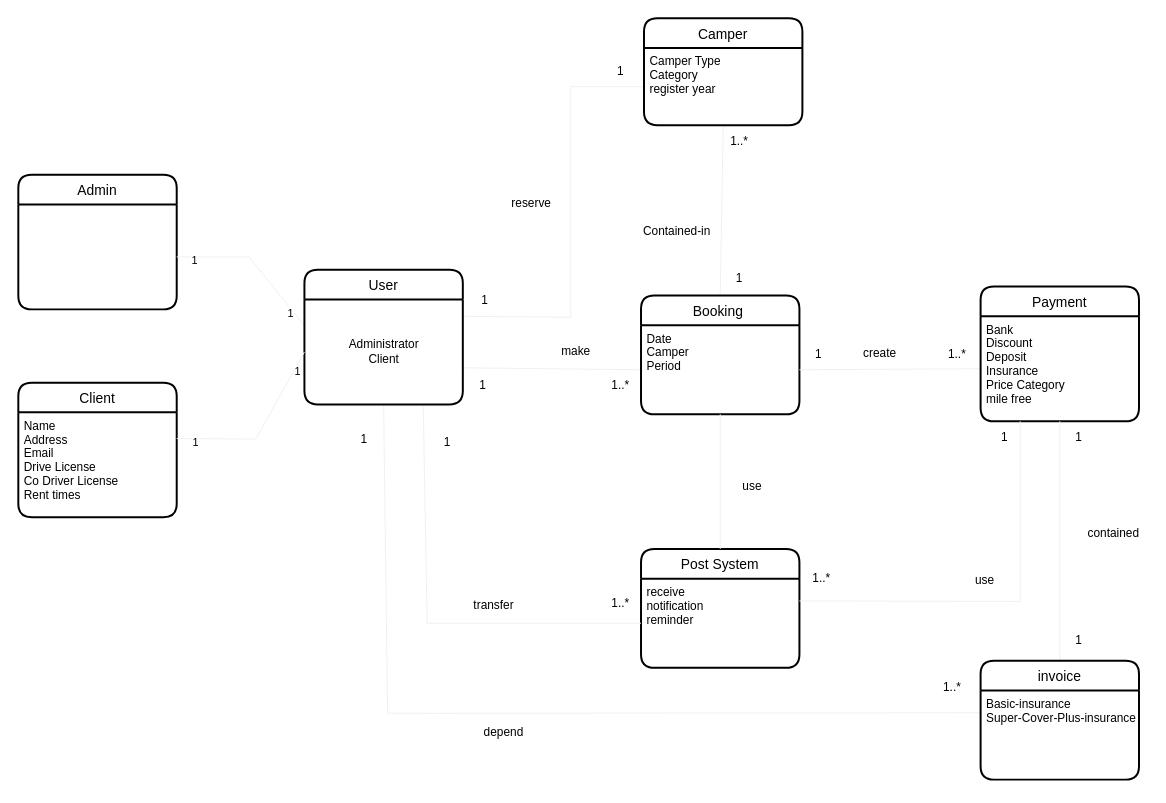
Above: Document/Diagram/DomainModel.drawio in Fei-D20/The_Autocamper_rental_business (draw.io), before the change. Source tidied: cells renumbered, new cells numbered last; positions are measured from the earlier drawing's top-left corner, leaving out a move shared by most shapes. Both pictures are drawn from the tidied source at 99%, with x=0, y=0 at pixel (18, 18).
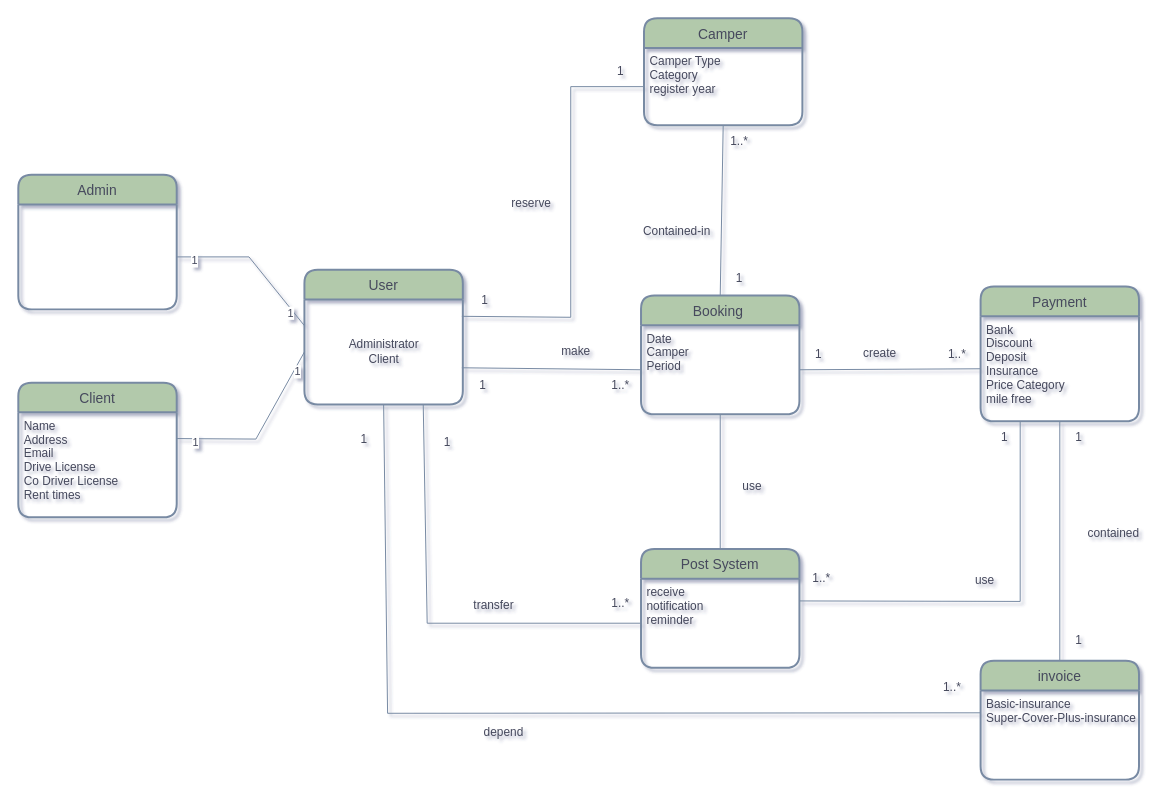
After the change.

Change to the diagram source:
```diff
@@
-<mxGraphModel>
+<mxGraphModel shadow="1">
@@
-    <mxCell id="2" value="reserve" style="text;html=1;align=center;verticalAlign=middle;" parent="1" vertex="1">
+    <mxCell id="2" value="reserve" style="text;html=1;align=center;verticalAlign=middle;fontColor=#46495D;" parent="1" vertex="1">
       <mxGeometry x="493" y="178" width="50" height="18" as="geometry" />
     </mxCell>
-    <mxCell id="3" style="endArrow=none;html=1;rounded=0;strokeColor=#f0f0f0;exitX=0.5;exitY=1;exitDx=0;exitDy=0;entryX=0.5;entryY=0;entryDx=0;entryDy=0;" parent="1" edge="1" source="45" target="9">
+    <mxCell id="3" style="endArrow=none;html=1;rounded=0;strokeColor=#788AA3;exitX=0.5;exitY=1;exitDx=0;exitDy=0;entryX=0.5;entryY=0;entryDx=0;entryDy=0;fontColor=#46495D;" parent="1" edge="1" source="45" target="9">
       <mxGeometry relative="1" as="geometry" />
     </mxCell>
-    <mxCell id="4" value="1..*" style="text;html=1;align=center;verticalAlign=middle;" parent="1" vertex="1">
+    <mxCell id="4" value="1..*" style="text;html=1;align=center;verticalAlign=middle;fontColor=#46495D;" parent="1" vertex="1">
       <mxGeometry x="714" y="115" width="28" height="18" as="geometry" />
     </mxCell>
-    <mxCell id="5" style="endArrow=none;html=1;rounded=0;strokeColor=#f0f0f0;entryX=0.994;entryY=0.16;entryDx=0;entryDy=0;exitX=0;exitY=0.5;exitDx=0;exitDy=0;entryPerimeter=0;" parent="1" edge="1" source="45">
+    <mxCell id="5" style="endArrow=none;html=1;rounded=0;strokeColor=#788AA3;entryX=0.994;entryY=0.16;entryDx=0;entryDy=0;exitX=0;exitY=0.5;exitDx=0;exitDy=0;entryPerimeter=0;fontColor=#46495D;" parent="1" edge="1" source="45">
       <mxGeometry relative="1" as="geometry">
         <mxPoint x="448" y="301" as="targetPoint" />
         <Array as="points">
           <mxPoint x="558" y="69" />
           <mxPoint x="558" y="302" />
         </Array>
       </mxGeometry>
     </mxCell>
-    <mxCell id="6" value="1" style="text;html=1;align=center;verticalAlign=middle;" parent="1" vertex="1">
+    <mxCell id="6" value="1" style="text;html=1;align=center;verticalAlign=middle;fontColor=#46495D;" parent="1" vertex="1">
       <mxGeometry x="719.5" y="254" width="17" height="18" as="geometry" />
     </mxCell>
-    <mxCell id="7" value="Contained-in" style="text;html=1;align=center;verticalAlign=middle;" parent="1" vertex="1">
+    <mxCell id="7" value="Contained-in" style="text;html=1;align=center;verticalAlign=middle;fontColor=#46495D;" parent="1" vertex="1">
       <mxGeometry x="625.5" y="206" width="78" height="18" as="geometry" />
     </mxCell>
-    <mxCell id="8" style="endArrow=none;html=1;rounded=0;strokeColor=#f0f0f0;entryX=0;entryY=0.5;entryDx=0;entryDy=0;exitX=0.994;exitY=0.651;exitDx=0;exitDy=0;exitPerimeter=0;" parent="1" edge="1" target="10">
+    <mxCell id="8" style="endArrow=none;html=1;rounded=0;strokeColor=#788AA3;entryX=0;entryY=0.5;entryDx=0;entryDy=0;exitX=0.994;exitY=0.651;exitDx=0;exitDy=0;exitPerimeter=0;fontColor=#46495D;" parent="1" edge="1" target="10">
       <mxGeometry relative="1" as="geometry">
         <mxPoint x="448" y="353" as="sourcePoint" />
       </mxGeometry>
     </mxCell>
-    <mxCell id="9" value="Booking " style="swimlane;horizontal=1;startSize=30;rounded=1;fontSize=14;fontStyle=0;strokeWidth=2;shadow=0;dashed=0;align=center;" parent="1" vertex="1">
+    <mxCell id="9" value="Booking " style="swimlane;horizontal=1;startSize=30;rounded=1;fontSize=14;fontStyle=0;strokeWidth=2;shadow=0;dashed=0;align=center;fillColor=#B2C9AB;strokeColor=#788AA3;fontColor=#46495D;" parent="1" vertex="1">
       <mxGeometry x="629" y="280" width="160" height="120" as="geometry" />
     </mxCell>
-    <mxCell id="10" value="Date &#10;Camper&#10;Period" style="align=left;strokeColor=none;fillColor=none;spacingLeft=4;fontSize=12;verticalAlign=top;" parent="9" vertex="1">
+    <mxCell id="10" value="Date &#10;Camper&#10;Period" style="align=left;strokeColor=none;fillColor=none;spacingLeft=4;fontSize=12;verticalAlign=top;fontColor=#46495D;" parent="9" vertex="1">
       <mxGeometry y="30" width="160" height="90" as="geometry" />
     </mxCell>
-    <mxCell id="11" value="1..*" style="text;html=1;align=center;verticalAlign=middle;" parent="1" vertex="1">
+    <mxCell id="11" value="1..*" style="text;html=1;align=center;verticalAlign=middle;fontColor=#46495D;" parent="1" vertex="1">
       <mxGeometry x="594" y="362" width="28" height="18" as="geometry" />
     </mxCell>
-    <mxCell id="12" value="1" style="text;html=1;align=center;verticalAlign=middle;" parent="1" vertex="1">
+    <mxCell id="12" value="1" style="text;html=1;align=center;verticalAlign=middle;fontColor=#46495D;" parent="1" vertex="1">
       <mxGeometry x="460" y="362" width="17" height="18" as="geometry" />
     </mxCell>
-    <mxCell id="13" value="make" style="text;html=1;align=center;verticalAlign=middle;" parent="1" vertex="1">
+    <mxCell id="13" value="make" style="text;html=1;align=center;verticalAlign=middle;fontColor=#46495D;" parent="1" vertex="1">
       <mxGeometry x="543" y="328" width="39" height="18" as="geometry" />
     </mxCell>
-    <mxCell id="14" style="endArrow=none;html=1;rounded=0;strokeColor=#f0f0f0;exitX=1;exitY=0.5;exitDx=0;exitDy=0;entryX=0;entryY=0.5;entryDx=0;entryDy=0;" parent="1" edge="1" source="10" target="21">
+    <mxCell id="14" style="endArrow=none;html=1;rounded=0;strokeColor=#788AA3;exitX=1;exitY=0.5;exitDx=0;exitDy=0;entryX=0;entryY=0.5;entryDx=0;entryDy=0;fontColor=#46495D;" parent="1" edge="1" source="10" target="21">
       <mxGeometry relative="1" as="geometry" />
     </mxCell>
-    <mxCell id="15" value="1" style="text;html=1;align=center;verticalAlign=middle;" parent="1" vertex="1">
+    <mxCell id="15" value="1" style="text;html=1;align=center;verticalAlign=middle;fontColor=#46495D;" parent="1" vertex="1">
       <mxGeometry x="462" y="276" width="17" height="18" as="geometry" />
     </mxCell>
-    <mxCell id="16" value="1" style="text;html=1;align=center;verticalAlign=middle;" parent="1" vertex="1">
+    <mxCell id="16" value="1" style="text;html=1;align=center;verticalAlign=middle;fontColor=#46495D;" parent="1" vertex="1">
       <mxGeometry x="599.5" y="45" width="17" height="18" as="geometry" />
     </mxCell>
-    <mxCell id="17" value="1" style="text;html=1;align=center;verticalAlign=middle;" parent="1" vertex="1">
+    <mxCell id="17" value="1" style="text;html=1;align=center;verticalAlign=middle;fontColor=#46495D;" parent="1" vertex="1">
       <mxGeometry x="799" y="331" width="17" height="18" as="geometry" />
     </mxCell>
-    <mxCell id="18" value="1..*" style="text;html=1;align=center;verticalAlign=middle;" parent="1" vertex="1">
+    <mxCell id="18" value="1..*" style="text;html=1;align=center;verticalAlign=middle;fontColor=#46495D;" parent="1" vertex="1">
       <mxGeometry x="934" y="331" width="28" height="18" as="geometry" />
     </mxCell>
-    <mxCell id="19" value="create" style="text;html=1;align=center;verticalAlign=middle;" parent="1" vertex="1">
+    <mxCell id="19" value="create" style="text;html=1;align=center;verticalAlign=middle;fontColor=#46495D;" parent="1" vertex="1">
       <mxGeometry x="848" y="330" width="43" height="18" as="geometry" />
     </mxCell>
-    <mxCell id="20" value="Payment" style="swimlane;horizontal=1;startSize=30;rounded=1;fontSize=14;fontStyle=0;strokeWidth=2;shadow=0;dashed=0;align=center;" parent="1" vertex="1">
+    <mxCell id="20" value="Payment" style="swimlane;horizontal=1;startSize=30;rounded=1;fontSize=14;fontStyle=0;strokeWidth=2;shadow=0;dashed=0;align=center;fillColor=#B2C9AB;strokeColor=#788AA3;fontColor=#46495D;" parent="1" vertex="1">
       <mxGeometry x="972" y="271" width="160" height="136" as="geometry" />
     </mxCell>
-    <mxCell id="21" value="Bank&#10;Discount&#10;Deposit&#10;Insurance&#10;Price Category&#10;mile free" style="align=left;strokeColor=none;fillColor=none;spacingLeft=4;fontSize=12;verticalAlign=top;" parent="20" vertex="1">
+    <mxCell id="21" value="Bank&#10;Discount&#10;Deposit&#10;Insurance&#10;Price Category&#10;mile free" style="align=left;strokeColor=none;fillColor=none;spacingLeft=4;fontSize=12;verticalAlign=top;fontColor=#46495D;" parent="20" vertex="1">
       <mxGeometry y="30" width="160" height="106" as="geometry" />
     </mxCell>
-    <mxCell id="22" style="endArrow=none;html=1;rounded=0;strokeColor=#f0f0f0;exitX=0.5;exitY=1;exitDx=0;exitDy=0;entryX=0.5;entryY=0;entryDx=0;entryDy=0;" parent="1" edge="1" source="21" target="35">
+    <mxCell id="22" style="endArrow=none;html=1;rounded=0;strokeColor=#788AA3;exitX=0.5;exitY=1;exitDx=0;exitDy=0;entryX=0.5;entryY=0;entryDx=0;entryDy=0;fontColor=#46495D;" parent="1" edge="1" source="21" target="35">
       <mxGeometry relative="1" as="geometry" />
     </mxCell>
-    <mxCell id="23" value="1" style="text;html=1;align=center;verticalAlign=middle;" parent="1" vertex="1">
+    <mxCell id="23" value="1" style="text;html=1;align=center;verticalAlign=middle;fontColor=#46495D;" parent="1" vertex="1">
       <mxGeometry x="1062" y="414" width="17" height="18" as="geometry" />
     </mxCell>
-    <mxCell id="24" value="1" style="text;html=1;align=center;verticalAlign=middle;" parent="1" vertex="1">
+    <mxCell id="24" value="1" style="text;html=1;align=center;verticalAlign=middle;fontColor=#46495D;" parent="1" vertex="1">
       <mxGeometry x="1062" y="620" width="17" height="18" as="geometry" />
     </mxCell>
-    <mxCell id="25" value="contained" style="text;html=1;align=center;verticalAlign=middle;" parent="1" vertex="1">
+    <mxCell id="25" value="contained" style="text;html=1;align=center;verticalAlign=middle;fontColor=#46495D;" parent="1" vertex="1">
       <mxGeometry x="1075" y="511" width="62" height="18" as="geometry" />
     </mxCell>
-    <mxCell id="26" style="endArrow=none;html=1;rounded=0;strokeColor=#f0f0f0;entryX=0.5;entryY=1;entryDx=0;entryDy=0;exitX=0;exitY=0.25;exitDx=0;exitDy=0;" parent="1" edge="1" source="36">
+    <mxCell id="26" style="endArrow=none;html=1;rounded=0;strokeColor=#788AA3;entryX=0.5;entryY=1;entryDx=0;entryDy=0;exitX=0;exitY=0.25;exitDx=0;exitDy=0;fontColor=#46495D;" parent="1" edge="1" source="36">
       <mxGeometry relative="1" as="geometry">
         <mxPoint x="369" y="390" as="targetPoint" />
         <Array as="points">
           <mxPoint x="373" y="702" />
         </Array>
       </mxGeometry>
     </mxCell>
-    <mxCell id="27" value="1" style="text;html=1;align=center;verticalAlign=middle;" parent="1" vertex="1">
+    <mxCell id="27" value="1" style="text;html=1;align=center;verticalAlign=middle;fontColor=#46495D;" parent="1" vertex="1">
       <mxGeometry x="340" y="416" width="17" height="18" as="geometry" />
     </mxCell>
-    <mxCell id="28" value="1..*" style="text;html=1;align=center;verticalAlign=middle;" parent="1" vertex="1">
+    <mxCell id="28" value="1..*" style="text;html=1;align=center;verticalAlign=middle;fontColor=#46495D;" parent="1" vertex="1">
       <mxGeometry x="929" y="667" width="28" height="18" as="geometry" />
     </mxCell>
-    <mxCell id="29" value="depend" style="text;html=1;align=center;verticalAlign=middle;" parent="1" vertex="1">
+    <mxCell id="29" value="depend" style="text;html=1;align=center;verticalAlign=middle;fontColor=#46495D;" parent="1" vertex="1">
       <mxGeometry x="465" y="712" width="50" height="18" as="geometry" />
     </mxCell>
-    <mxCell id="30" value="Post System" style="swimlane;horizontal=1;startSize=30;rounded=1;fontSize=14;fontStyle=0;strokeWidth=2;shadow=0;dashed=0;align=center;" parent="1" vertex="1">
+    <mxCell id="30" value="Post System" style="swimlane;horizontal=1;startSize=30;rounded=1;fontSize=14;fontStyle=0;strokeWidth=2;shadow=0;dashed=0;align=center;fillColor=#B2C9AB;strokeColor=#788AA3;fontColor=#46495D;" parent="1" vertex="1">
       <mxGeometry x="629" y="536" width="160" height="120" as="geometry" />
     </mxCell>
-    <mxCell id="31" value="receive&#10;notification&#10;reminder&#10;" style="align=left;strokeColor=none;fillColor=none;spacingLeft=4;fontSize=12;verticalAlign=top;" parent="30" vertex="1">
+    <mxCell id="31" value="receive&#10;notification&#10;reminder&#10;" style="align=left;strokeColor=none;fillColor=none;spacingLeft=4;fontSize=12;verticalAlign=top;fontColor=#46495D;" parent="30" vertex="1">
       <mxGeometry y="30" width="160" height="90" as="geometry" />
     </mxCell>
-    <mxCell id="32" style="endArrow=none;html=1;rounded=0;strokeColor=#f0f0f0;exitX=0.5;exitY=1;exitDx=0;exitDy=0;entryX=0.5;entryY=0;entryDx=0;entryDy=0;" parent="1" edge="1" source="10" target="30">
+    <mxCell id="32" style="endArrow=none;html=1;rounded=0;strokeColor=#788AA3;exitX=0.5;exitY=1;exitDx=0;exitDy=0;entryX=0.5;entryY=0;entryDx=0;entryDy=0;fontColor=#46495D;" parent="1" edge="1" source="10" target="30">
       <mxGeometry relative="1" as="geometry" />
     </mxCell>
-    <mxCell id="33" value="use" style="text;html=1;align=center;verticalAlign=middle;" parent="1" vertex="1">
+    <mxCell id="33" value="use" style="text;html=1;align=center;verticalAlign=middle;fontColor=#46495D;" parent="1" vertex="1">
       <mxGeometry x="726" y="464" width="29" height="18" as="geometry" />
     </mxCell>
-    <mxCell id="34" style="endArrow=none;html=1;rounded=0;strokeColor=#f0f0f0;exitX=0.25;exitY=1;exitDx=0;exitDy=0;entryX=1;entryY=0.25;entryDx=0;entryDy=0;" parent="1" edge="1" source="21" target="31">
+    <mxCell id="34" style="endArrow=none;html=1;rounded=0;strokeColor=#788AA3;exitX=0.25;exitY=1;exitDx=0;exitDy=0;entryX=1;entryY=0.25;entryDx=0;entryDy=0;fontColor=#46495D;" parent="1" edge="1" source="21" target="31">
       <mxGeometry relative="1" as="geometry">
         <Array as="points">
           <mxPoint x="1012" y="589" />
         </Array>
       </mxGeometry>
     </mxCell>
-    <mxCell id="35" value="invoice" style="swimlane;horizontal=1;startSize=30;rounded=1;fontSize=14;fontStyle=0;strokeWidth=2;shadow=0;dashed=0;align=center;" parent="1" vertex="1">
+    <mxCell id="35" value="invoice" style="swimlane;horizontal=1;startSize=30;rounded=1;fontSize=14;fontStyle=0;strokeWidth=2;shadow=0;dashed=0;align=center;fillColor=#B2C9AB;strokeColor=#788AA3;fontColor=#46495D;" parent="1" vertex="1">
       <mxGeometry x="972" y="649" width="160" height="120" as="geometry" />
     </mxCell>
-    <mxCell id="36" value="Basic-insurance&#10;Super-Cover-Plus-insurance" style="align=left;strokeColor=none;fillColor=none;spacingLeft=4;fontSize=12;verticalAlign=top;" parent="35" vertex="1">
+    <mxCell id="36" value="Basic-insurance&#10;Super-Cover-Plus-insurance" style="align=left;strokeColor=none;fillColor=none;spacingLeft=4;fontSize=12;verticalAlign=top;fontColor=#46495D;" parent="35" vertex="1">
       <mxGeometry y="30" width="160" height="90" as="geometry" />
     </mxCell>
-    <mxCell id="37" value="1..*" style="text;html=1;align=center;verticalAlign=middle;" parent="1" vertex="1">
+    <mxCell id="37" value="1..*" style="text;html=1;align=center;verticalAlign=middle;fontColor=#46495D;" parent="1" vertex="1">
       <mxGeometry x="797" y="557" width="28" height="18" as="geometry" />
     </mxCell>
-    <mxCell id="38" value="1" style="text;html=1;align=center;verticalAlign=middle;" parent="1" vertex="1">
+    <mxCell id="38" value="1" style="text;html=1;align=center;verticalAlign=middle;fontColor=#46495D;" parent="1" vertex="1">
       <mxGeometry x="987" y="414" width="17" height="18" as="geometry" />
     </mxCell>
-    <mxCell id="39" value="use" style="text;html=1;align=center;verticalAlign=middle;" parent="1" vertex="1">
+    <mxCell id="39" value="use" style="text;html=1;align=center;verticalAlign=middle;fontColor=#46495D;" parent="1" vertex="1">
       <mxGeometry x="961" y="559" width="29" height="18" as="geometry" />
     </mxCell>
-    <mxCell id="40" style="endArrow=none;html=1;rounded=0;strokeColor=#f0f0f0;entryX=0.75;entryY=1;entryDx=0;entryDy=0;exitX=0;exitY=0.5;exitDx=0;exitDy=0;" parent="1" edge="1" source="31">
+    <mxCell id="40" style="endArrow=none;html=1;rounded=0;strokeColor=#788AA3;entryX=0.75;entryY=1;entryDx=0;entryDy=0;exitX=0;exitY=0.5;exitDx=0;exitDy=0;fontColor=#46495D;" parent="1" edge="1" source="31">
       <mxGeometry relative="1" as="geometry">
         <mxPoint x="409" y="390" as="targetPoint" />
         <Array as="points">
           <mxPoint x="413" y="611" />
         </Array>
       </mxGeometry>
     </mxCell>
-    <mxCell id="41" value="transfer" style="text;html=1;align=center;verticalAlign=middle;" parent="1" vertex="1">
+    <mxCell id="41" value="transfer" style="text;html=1;align=center;verticalAlign=middle;fontColor=#46495D;" parent="1" vertex="1">
       <mxGeometry x="454" y="584" width="51" height="18" as="geometry" />
     </mxCell>
-    <mxCell id="42" value="1..*" style="text;html=1;align=center;verticalAlign=middle;" parent="1" vertex="1">
+    <mxCell id="42" value="1..*" style="text;html=1;align=center;verticalAlign=middle;fontColor=#46495D;" parent="1" vertex="1">
       <mxGeometry x="594" y="582" width="28" height="18" as="geometry" />
     </mxCell>
-    <mxCell id="43" value="1" style="text;html=1;align=center;verticalAlign=middle;" parent="1" vertex="1">
+    <mxCell id="43" value="1" style="text;html=1;align=center;verticalAlign=middle;fontColor=#46495D;" parent="1" vertex="1">
       <mxGeometry x="424" y="419" width="17" height="18" as="geometry" />
     </mxCell>
-    <mxCell id="44" value="Camper" style="swimlane;horizontal=1;startSize=30;rounded=1;fontSize=14;fontStyle=0;strokeWidth=2;shadow=0;dashed=0;align=center;" parent="1" vertex="1">
+    <mxCell id="44" value="Camper" style="swimlane;horizontal=1;startSize=30;rounded=1;fontSize=14;fontStyle=0;strokeWidth=2;shadow=0;dashed=0;align=center;fillColor=#B2C9AB;strokeColor=#788AA3;fontColor=#46495D;" parent="1" vertex="1">
       <mxGeometry x="632" width="160" height="108" as="geometry" />
     </mxCell>
-    <mxCell id="45" value="Camper Type&#10;Category&#10;register year" style="align=left;strokeColor=none;fillColor=none;spacingLeft=4;fontSize=12;verticalAlign=top;" parent="44" vertex="1">
+    <mxCell id="45" value="Camper Type&#10;Category&#10;register year" style="align=left;strokeColor=none;fillColor=none;spacingLeft=4;fontSize=12;verticalAlign=top;fontColor=#46495D;" parent="44" vertex="1">
       <mxGeometry y="30" width="160" height="78" as="geometry" />
     </mxCell>
-    <mxCell id="46" value="Admin" style="swimlane;horizontal=1;startSize=30;rounded=1;fontSize=14;fontStyle=0;strokeWidth=2;shadow=0;dashed=0;align=center;" parent="1" vertex="1">
+    <mxCell id="46" value="Admin" style="swimlane;horizontal=1;startSize=30;rounded=1;fontSize=14;fontStyle=0;strokeWidth=2;shadow=0;dashed=0;align=center;fillColor=#B2C9AB;strokeColor=#788AA3;fontColor=#46495D;" parent="1" vertex="1">
       <mxGeometry y="158" width="160" height="136" as="geometry" />
     </mxCell>
-    <mxCell id="47" value="Client" style="swimlane;horizontal=1;startSize=30;rounded=1;fontSize=14;fontStyle=0;strokeWidth=2;shadow=0;dashed=0;align=center;" parent="1" vertex="1">
+    <mxCell id="47" value="Client" style="swimlane;horizontal=1;startSize=30;rounded=1;fontSize=14;fontStyle=0;strokeWidth=2;shadow=0;dashed=0;align=center;fillColor=#B2C9AB;strokeColor=#788AA3;fontColor=#46495D;" parent="1" vertex="1">
       <mxGeometry y="368" width="160" height="136" as="geometry" />
     </mxCell>
-    <mxCell id="48" value="Name&#10;Address&#10;Email&#10;Drive License &#10;Co Driver License&#10;Rent times" style="align=left;strokeColor=none;fillColor=none;spacingLeft=4;fontSize=12;verticalAlign=top;" parent="47" vertex="1">
+    <mxCell id="48" value="Name&#10;Address&#10;Email&#10;Drive License &#10;Co Driver License&#10;Rent times" style="align=left;strokeColor=none;fillColor=none;spacingLeft=4;fontSize=12;verticalAlign=top;fontColor=#46495D;" parent="47" vertex="1">
       <mxGeometry y="30" width="160" height="106" as="geometry" />
     </mxCell>
-    <mxCell id="49" style="endArrow=none;html=1;rounded=0;strokeColor=#f0f0f0;entryX=1;entryY=0.5;entryDx=0;entryDy=0;exitX=0;exitY=0.25;exitDx=0;exitDy=0;" parent="1" edge="1">
+    <mxCell id="49" style="endArrow=none;html=1;rounded=0;strokeColor=#788AA3;entryX=1;entryY=0.5;entryDx=0;entryDy=0;exitX=0;exitY=0.25;exitDx=0;exitDy=0;fontColor=#46495D;" parent="1" edge="1">
       <mxGeometry relative="1" as="geometry">
         <mxPoint x="289" y="310.5" as="sourcePoint" />
         <mxPoint x="160" y="241" as="targetPoint" />
         <Array as="points">
           <mxPoint x="233" y="241" />
         </Array>
       </mxGeometry>
     </mxCell>
-    <mxCell id="50" value="1" style="edgeLabel;html=1;align=center;verticalAlign=middle;" parent="49" vertex="1">
+    <mxCell id="50" value="1" style="edgeLabel;html=1;align=center;verticalAlign=middle;fontColor=#46495D;" parent="49" vertex="1">
       <mxGeometry x="0.79" y="3" relative="1" as="geometry" />
     </mxCell>
-    <mxCell id="51" value="1" style="edgeLabel;html=1;align=center;verticalAlign=middle;" parent="49" vertex="1">
+    <mxCell id="51" value="1" style="edgeLabel;html=1;align=center;verticalAlign=middle;fontColor=#46495D;" parent="49" vertex="1">
       <mxGeometry x="-0.77" y="3" relative="1" as="geometry" />
     </mxCell>
-    <mxCell id="52" value="User" style="swimlane;horizontal=1;startSize=30;rounded=1;fontSize=14;fontStyle=0;strokeWidth=2;shadow=0;dashed=0;align=center;" parent="1" vertex="1">
+    <mxCell id="52" value="User" style="swimlane;horizontal=1;startSize=30;rounded=1;fontSize=14;fontStyle=0;strokeWidth=2;shadow=0;dashed=0;align=center;fillColor=#B2C9AB;strokeColor=#788AA3;fontColor=#46495D;" parent="1" vertex="1">
       <mxGeometry x="289" y="254" width="160" height="136" as="geometry" />
     </mxCell>
-    <mxCell id="53" value="Administrator&lt;br&gt;Client" style="text;html=1;align=center;verticalAlign=middle;" parent="52" vertex="1">
+    <mxCell id="53" value="Administrator&lt;br&gt;Client" style="text;html=1;align=center;verticalAlign=middle;fontColor=#46495D;" parent="52" vertex="1">
       <mxGeometry y="30" width="160" height="106" as="geometry" />
     </mxCell>
-    <mxCell id="54" style="endArrow=none;html=1;rounded=0;strokeColor=#f0f0f0;entryX=1;entryY=0.25;entryDx=0;entryDy=0;exitX=0;exitY=0.5;exitDx=0;exitDy=0;" parent="1" edge="1" target="48">
+    <mxCell id="54" style="endArrow=none;html=1;rounded=0;strokeColor=#788AA3;entryX=1;entryY=0.25;entryDx=0;entryDy=0;exitX=0;exitY=0.5;exitDx=0;exitDy=0;fontColor=#46495D;" parent="1" edge="1" target="48">
       <mxGeometry relative="1" as="geometry">
         <mxPoint x="289" y="337" as="sourcePoint" />
         <Array as="points">
           <mxPoint x="240" y="425" />
         </Array>
       </mxGeometry>
     </mxCell>
-    <mxCell id="55" value="1" style="edgeLabel;html=1;align=center;verticalAlign=middle;" parent="54" vertex="1">
+    <mxCell id="55" value="1" style="edgeLabel;html=1;align=center;verticalAlign=middle;fontColor=#46495D;" parent="54" vertex="1">
       <mxGeometry x="0.79" y="3" relative="1" as="geometry" />
     </mxCell>
-    <mxCell id="56" value="1" style="edgeLabel;html=1;align=center;verticalAlign=middle;" parent="54" vertex="1">
+    <mxCell id="56" value="1" style="edgeLabel;html=1;align=center;verticalAlign=middle;fontColor=#46495D;" parent="54" vertex="1">
       <mxGeometry x="-0.77" y="3" relative="1" as="geometry" />
     </mxCell>
```
